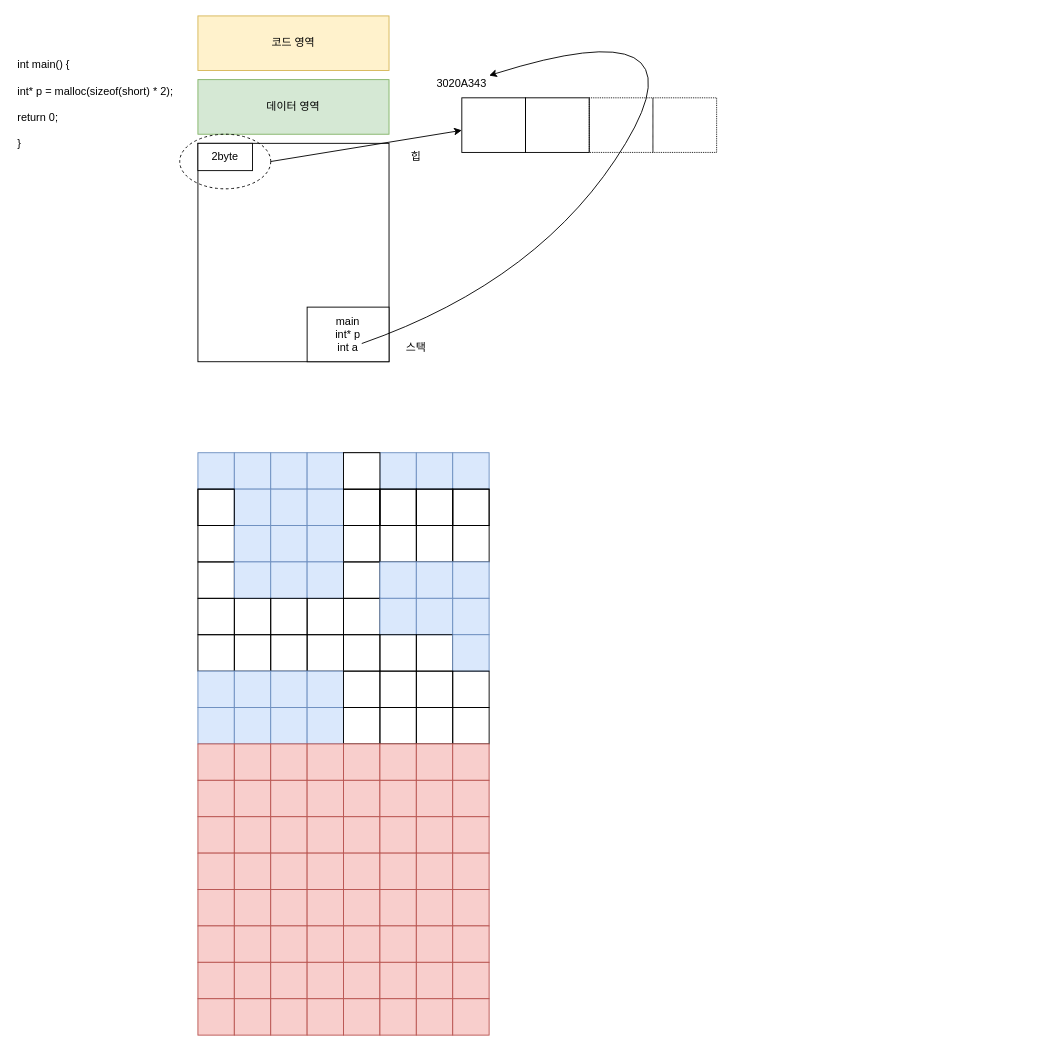
luke-youngmin-cho/Client_1st keeps this draw.io diagram as DynamicMemory.drawio. Above is the earlier version. Source tidied: cells renumbered, new cells numbered last; positions are measured from the earlier drawing's top-left corner, leaving out a move shared by most shapes. Both pictures are drawn from the tidied source at 91%, with x=0, y=0 at pixel (15, 6).
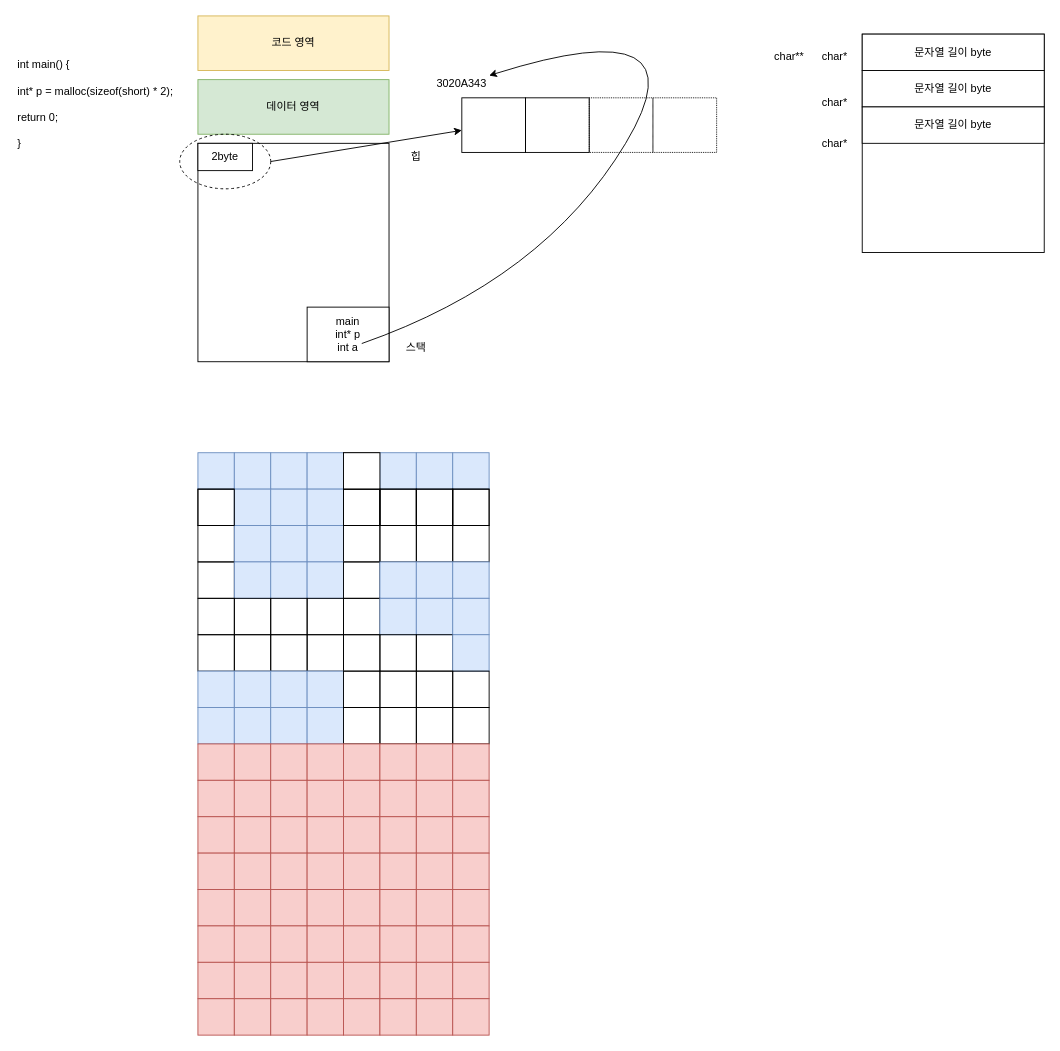
Above is the later version.

What changed in the source:
```diff
@@
+    <mxCell id="152" style="rounded=0;whiteSpace=wrap;html=1;" parent="1" vertex="1">
+      <mxGeometry x="930" y="30" width="200" height="240" as="geometry" />
+    </mxCell>
+    <mxCell id="153" value="문자열 길이 byte" style="rounded=0;whiteSpace=wrap;html=1;" parent="1" vertex="1">
+      <mxGeometry x="930" y="70" width="200" height="40" as="geometry" />
+    </mxCell>
@@
+    <mxCell id="154" value="문자열 길이 byte" style="rounded=0;whiteSpace=wrap;html=1;" parent="1" vertex="1">
+      <mxGeometry x="930" y="30" width="200" height="40" as="geometry" />
+    </mxCell>
+    <mxCell id="155" value="char*" style="text;html=1;strokeColor=none;fillColor=none;align=center;verticalAlign=middle;whiteSpace=wrap;rounded=0;" parent="1" vertex="1">
+      <mxGeometry x="870" y="40" width="60" height="30" as="geometry" />
+    </mxCell>
+    <mxCell id="156" value="char**" style="text;html=1;strokeColor=none;fillColor=none;align=center;verticalAlign=middle;whiteSpace=wrap;rounded=0;" parent="1" vertex="1">
+      <mxGeometry x="820" y="40" width="60" height="30" as="geometry" />
+    </mxCell>
+    <mxCell id="157" value="char*" style="text;html=1;strokeColor=none;fillColor=none;align=center;verticalAlign=middle;whiteSpace=wrap;rounded=0;" parent="1" vertex="1">
+      <mxGeometry x="870" y="90" width="60" height="30" as="geometry" />
+    </mxCell>
+    <mxCell id="158" value="char*" style="text;html=1;strokeColor=none;fillColor=none;align=center;verticalAlign=middle;whiteSpace=wrap;rounded=0;" parent="1" vertex="1">
+      <mxGeometry x="870" y="135" width="60" height="30" as="geometry" />
+    </mxCell>
+    <mxCell id="159" value="문자열 길이 byte" style="rounded=0;whiteSpace=wrap;html=1;" parent="1" vertex="1">
+      <mxGeometry x="930" y="110" width="200" height="40" as="geometry" />
+    </mxCell>
```
